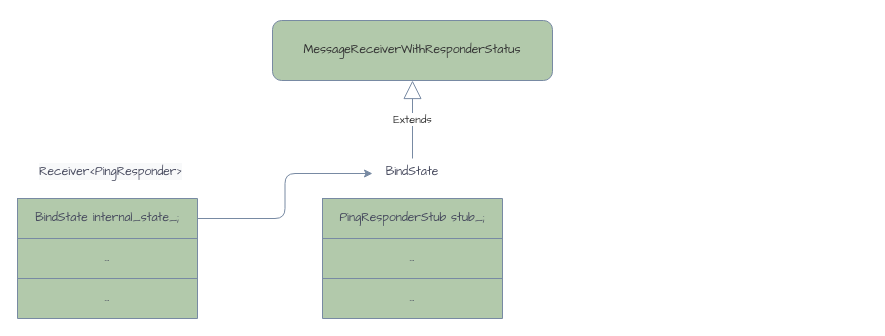
Before: page "Receiver" (3 of 9) of mojo.drawio in silan-liu/drawio, a draw.io diagram. Source tidied: cells renumbered, new cells numbered last; positions are measured from the earlier drawing's top-left corner, leaving out a move shared by most shapes. Both pictures are drawn from the tidied source at 100%, with x=0, y=0 at pixel (17, 20).
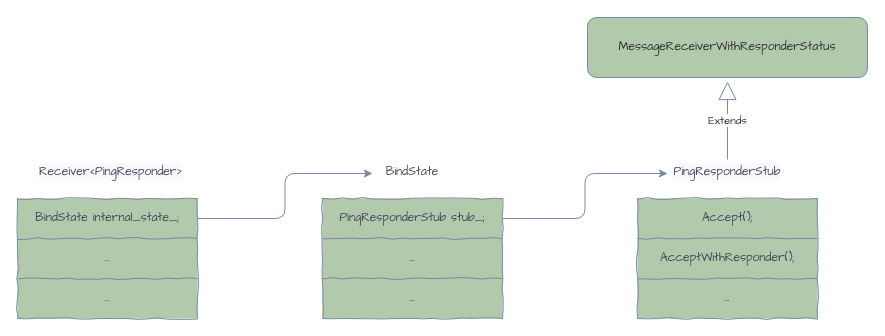
Above is the later version.

Unchanged cells that the change refers to:
```xml
<mxCell id="3" style="shape=tableRow;horizontal=0;startSize=0;swimlaneHead=0;swimlaneBody=0;top=0;left=0;bottom=0;right=0;fillColor=none;points=[[0,0.5],[1,0.5]];portConstraint=eastwest;rounded=0;sketch=0;fontFamily=Comic Sans MS;fontColor=#46495D;strokeColor=#788AA3;" parent="2" vertex="1">
  <mxGeometry width="180" height="40" as="geometry" />
</mxCell>
```

The edit, as a diff of the source:
```diff
@@
-    <mxCell id="2" style="shape=table;startSize=0;childLayout=tableLayout;rounded=0;sketch=0;fontFamily=Comic Sans MS;fontColor=#46495D;strokeColor=#788AA3;fillColor=#B2C9AB;" parent="1" vertex="1">
+    <mxCell id="2" style="shape=table;startSize=0;childLayout=tableLayout;rounded=0;sketch=0;fontFamily=Comic Sans MS;fontColor=#46495D;strokeColor=#788AA3;fillColor=#B2C9AB;comic=1;" parent="1" vertex="1">
       <mxGeometry x="305" y="178" width="180" height="120" as="geometry" />
     </mxCell>
@@
-    <mxCell id="10" style="shape=table;startSize=0;childLayout=tableLayout;rounded=0;sketch=0;fontFamily=Comic Sans MS;fontColor=#46495D;strokeColor=#788AA3;fillColor=#B2C9AB;" parent="1" vertex="1">
+    <mxCell id="10" style="shape=table;startSize=0;childLayout=tableLayout;rounded=0;sketch=0;fontFamily=Comic Sans MS;fontColor=#46495D;strokeColor=#788AA3;fillColor=#B2C9AB;comic=1;" parent="1" vertex="1">
       <mxGeometry y="178" width="180" height="120" as="geometry" />
     </mxCell>
@@
-    <mxCell id="18" value="Extends" style="endArrow=block;endSize=16;endFill=0;html=1;rounded=1;sketch=0;fontFamily=Comic Sans MS;fontColor=#333333;strokeColor=#788AA3;fillColor=#B2C9AB;curved=0;exitX=0.5;exitY=0;exitDx=0;exitDy=0;entryX=0.5;entryY=1;entryDx=0;entryDy=0;" parent="1" edge="1" target="19">
+    <mxCell id="18" value="Extends" style="endArrow=block;endSize=16;endFill=0;html=1;rounded=1;sketch=0;fontFamily=Comic Sans MS;fontColor=#333333;strokeColor=#788AA3;fillColor=#B2C9AB;curved=0;exitX=0.5;exitY=0;exitDx=0;exitDy=0;entryX=0.5;entryY=1;entryDx=0;entryDy=0;" parent="1" edge="1">
       <mxGeometry relative="1" as="geometry">
-        <mxPoint x="395" y="138" as="sourcePoint" />
+        <mxPoint x="710" y="139" as="sourcePoint" />
+        <mxPoint x="710" y="61" as="targetPoint" />
       </mxGeometry>
     </mxCell>
     <mxCell id="19" value="&lt;span style=&quot;color: rgb(51 , 51 , 51)&quot;&gt;MessageReceiverWithResponderStatus&lt;/span&gt;" style="rounded=1;whiteSpace=wrap;html=1;sketch=0;fontColor=#46495D;strokeColor=#788AA3;fillColor=#B2C9AB;fontFamily=Comic Sans MS;" parent="1" vertex="1">
-      <mxGeometry x="255" width="280" height="60" as="geometry" />
+      <mxGeometry x="570" y="-3" width="280" height="60" as="geometry" />
     </mxCell>
@@
+    <mxCell id="21" value="&lt;span style=&quot;color: rgb(70, 73, 93); font-family: &amp;quot;comic sans ms&amp;quot;; font-size: 12px; font-style: normal; font-weight: 400; letter-spacing: normal; text-indent: 0px; text-transform: none; word-spacing: 0px; background-color: rgb(248, 249, 250); display: inline; float: none;&quot;&gt;PingResponderStub&lt;/span&gt;" style="text;whiteSpace=wrap;html=1;fontFamily=Comic Sans MS;fontColor=#46495D;align=center;" parent="1" vertex="1">
+      <mxGeometry x="650" y="138" width="120" height="30" as="geometry" />
+    </mxCell>
+    <mxCell id="22" style="shape=table;startSize=0;childLayout=tableLayout;rounded=0;sketch=0;fontFamily=Comic Sans MS;fontColor=#46495D;strokeColor=#788AA3;fillColor=#B2C9AB;comic=1;" parent="1" vertex="1">
+      <mxGeometry x="620" y="178" width="180" height="120" as="geometry" />
+    </mxCell>
+    <mxCell id="23" style="shape=tableRow;horizontal=0;startSize=0;swimlaneHead=0;swimlaneBody=0;top=0;left=0;bottom=0;right=0;fillColor=none;rounded=0;sketch=0;fontFamily=Comic Sans MS;fontColor=#46495D;strokeColor=#788AA3;" parent="22" vertex="1">
+      <mxGeometry width="180" height="40" as="geometry" />
+    </mxCell>
+    <mxCell id="24" value="&lt;span style=&quot;text-align: left&quot;&gt;Accept();&lt;/span&gt;" style="shape=partialRectangle;html=1;whiteSpace=wrap;overflow=hidden;fillColor=none;top=0;left=0;bottom=0;right=0;rounded=0;sketch=0;fontFamily=Comic Sans MS;fontColor=#46495D;strokeColor=#788AA3;" parent="23" vertex="1">
+      <mxGeometry width="180" height="40" as="geometry" />
+    </mxCell>
+    <mxCell id="25" style="shape=tableRow;horizontal=0;startSize=0;swimlaneHead=0;swimlaneBody=0;top=0;left=0;bottom=0;right=0;fillColor=none;rounded=0;sketch=0;fontFamily=Comic Sans MS;fontColor=#46495D;strokeColor=#788AA3;" parent="22" vertex="1">
+      <mxGeometry y="40" width="180" height="40" as="geometry" />
+    </mxCell>
+    <mxCell id="26" value="&lt;span style=&quot;text-align: left&quot;&gt;AcceptWithResponder();&lt;/span&gt;" style="shape=partialRectangle;html=1;whiteSpace=wrap;overflow=hidden;fillColor=none;top=0;left=0;bottom=0;right=0;rounded=0;sketch=0;fontFamily=Comic Sans MS;fontColor=#46495D;strokeColor=#788AA3;" parent="25" vertex="1">
+      <mxGeometry width="180" height="40" as="geometry" />
+    </mxCell>
+    <mxCell id="27" style="shape=tableRow;horizontal=0;startSize=0;swimlaneHead=0;swimlaneBody=0;top=0;left=0;bottom=0;right=0;fillColor=none;rounded=0;sketch=0;fontFamily=Comic Sans MS;fontColor=#46495D;strokeColor=#788AA3;" parent="22" vertex="1">
+      <mxGeometry y="80" width="180" height="40" as="geometry" />
+    </mxCell>
+    <mxCell id="28" value="..." style="shape=partialRectangle;html=1;whiteSpace=wrap;overflow=hidden;fillColor=none;top=0;left=0;bottom=0;right=0;rounded=0;sketch=0;fontFamily=Comic Sans MS;fontColor=#46495D;strokeColor=#788AA3;" parent="27" vertex="1">
+      <mxGeometry width="180" height="40" as="geometry" />
+    </mxCell>
+    <mxCell id="29" style="edgeStyle=orthogonalEdgeStyle;rounded=1;jettySize=auto;html=1;entryX=0;entryY=0.5;entryDx=0;entryDy=0;strokeColor=#788AA3;" parent="1" edge="1" source="3" target="21">
+      <mxGeometry relative="1" as="geometry" />
+    </mxCell>
```
